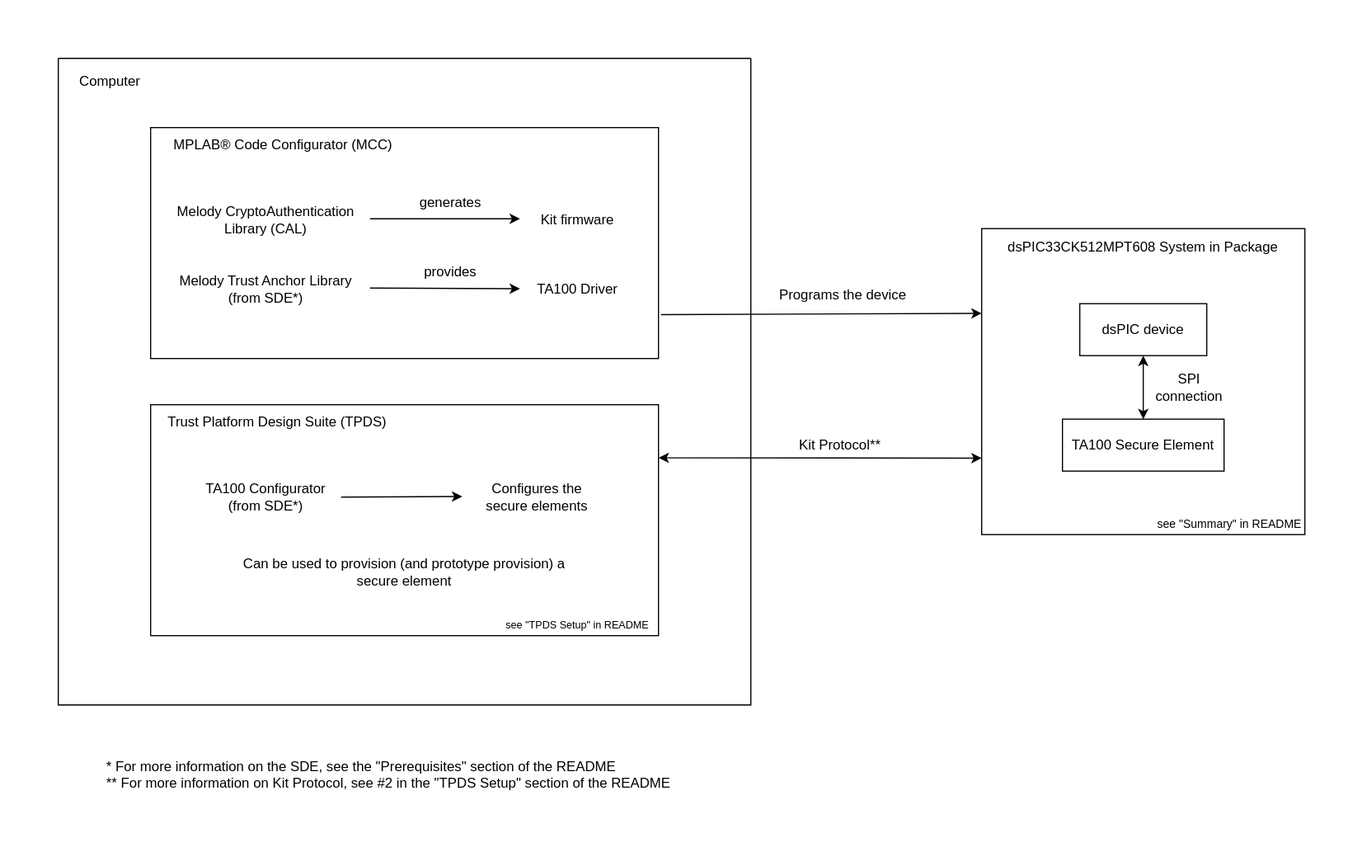
Above: images/code_example_diagram_light.svg in microchip-pic-avr-examples/dspic33ck512mpt608-provision-prototyping (draw.io), before the change. Source tidied: cells renumbered, new cells last; positions are measured from the earlier drawing's top-left corner, leaving out a move shared by most shapes.
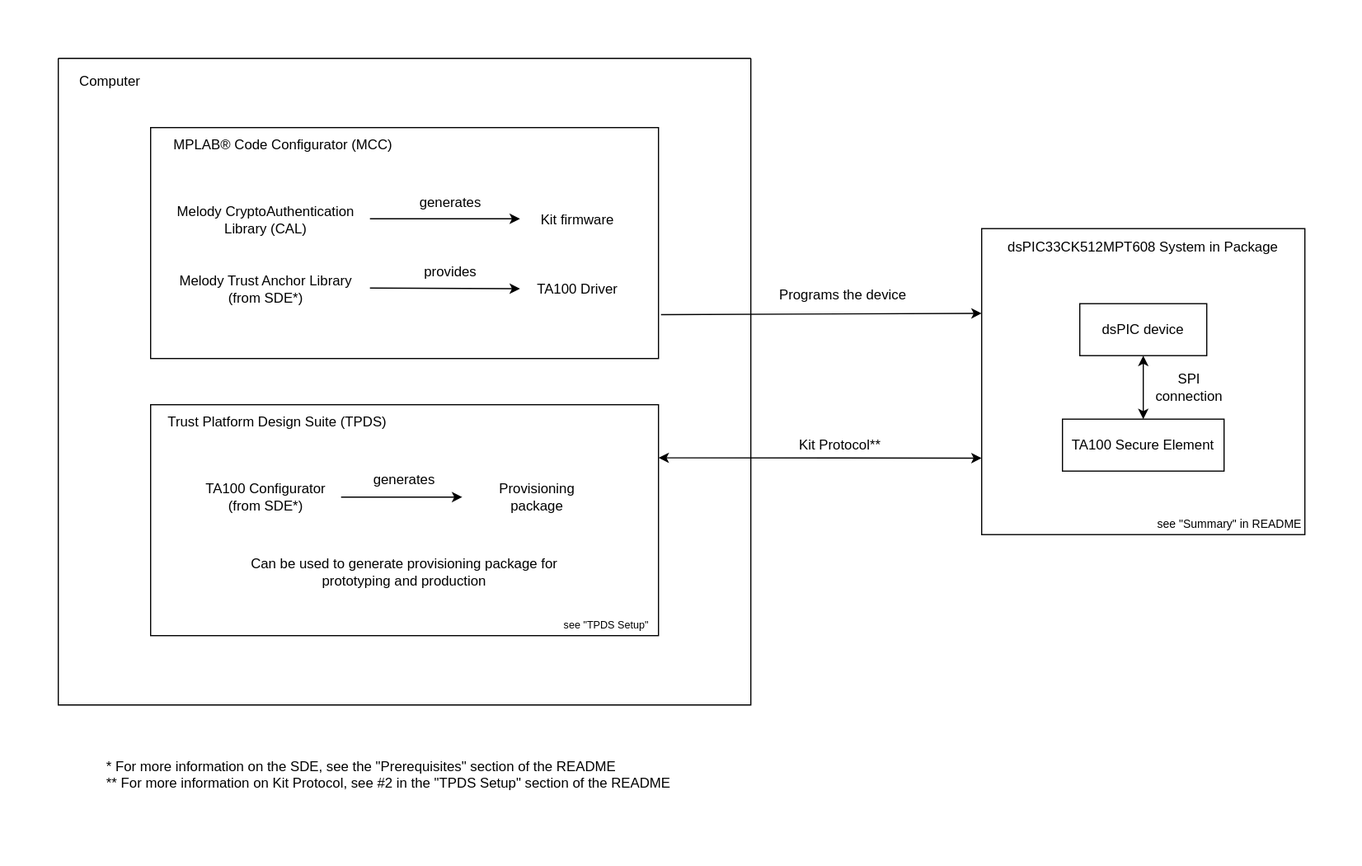
After the commit.

Commit message:
Fixes to TPDS section of the diagram

What changed in the source:
```diff
@@ -53,20 +53,23 @@
     <mxCell id="16" value="TA100 Configurator (from SDE*)" style="text;align=center;fillColor=none;html=1;verticalAlign=middle;whiteSpace=wrap;rounded=0;" parent="2" vertex="1">
       <mxGeometry x="115" y="360" width="130" height="40" as="geometry" />
     </mxCell>
-    <mxCell id="17" value="Configures the secure elements" style="text;align=center;fillColor=none;html=1;verticalAlign=middle;whiteSpace=wrap;rounded=0;" parent="2" vertex="1">
+    <mxCell id="17" value="Provisioning package" style="text;align=center;fillColor=none;html=1;verticalAlign=middle;whiteSpace=wrap;rounded=0;" parent="2" vertex="1">
       <mxGeometry x="360" y="360" width="110" height="40" as="geometry" />
     </mxCell>
-    <mxCell id="18" style="endArrow=classic;html=1;rounded=0;entryX=0;entryY=0.5;entryDx=0;entryDy=0;fillColor=none;exitX=1;exitY=0.5;exitDx=0;exitDy=0;" parent="2" edge="1" source="16">
+    <mxCell id="18" style="endArrow=classic;html=1;rounded=0;fillColor=none;exitX=1;exitY=0.5;exitDx=0;exitDy=0;" parent="2" edge="1" source="16">
       <mxGeometry relative="1" as="geometry">
-        <mxPoint x="350" y="379.5" as="targetPoint" />
+        <mxPoint x="350" y="380" as="targetPoint" />
       </mxGeometry>
     </mxCell>
-    <mxCell id="19" value="Can be used to provision (and prototype provision) a secure element" style="text;align=center;fillColor=none;html=1;verticalAlign=middle;whiteSpace=wrap;rounded=0;" parent="2" vertex="1">
+    <mxCell id="19" value="Can be used to generate provisioning package for prototyping and production" style="text;align=center;fillColor=none;html=1;verticalAlign=middle;whiteSpace=wrap;rounded=0;" parent="2" vertex="1">
       <mxGeometry x="155" y="430" width="290" height="30" as="geometry" />
     </mxCell>
-    <mxCell id="20" value="&lt;font style=&quot;font-size: 9px;&quot;&gt;see &quot;TPDS Setup&quot; in README&lt;/font&gt;" style="text;align=center;fillColor=none;html=1;verticalAlign=middle;whiteSpace=wrap;rounded=0;" parent="2" vertex="1">
-      <mxGeometry x="380" y="480" width="140" height="20" as="geometry" />
+    <mxCell id="20" value="&lt;font style=&quot;font-size: 9px;&quot;&gt;see &quot;TPDS Setup&quot;&lt;/font&gt;" style="text;align=center;fillColor=none;html=1;verticalAlign=middle;whiteSpace=wrap;rounded=0;" parent="2" vertex="1">
+      <mxGeometry x="430" y="480" width="90" height="20" as="geometry" />
     </mxCell>
+    <mxCell id="39" value="generates" style="text;strokeColor=none;align=center;fillColor=none;html=1;verticalAlign=middle;whiteSpace=wrap;rounded=0;" parent="2" vertex="1">
+      <mxGeometry x="270" y="350" width="60" height="30" as="geometry" />
+    </mxCell>
     <mxCell id="21" style="rounded=0;whiteSpace=wrap;html=1;fillColor=none;" parent="1" vertex="1">
       <mxGeometry x="850" y="197.5" width="280" height="265" as="geometry" />
     </mxCell>
```
